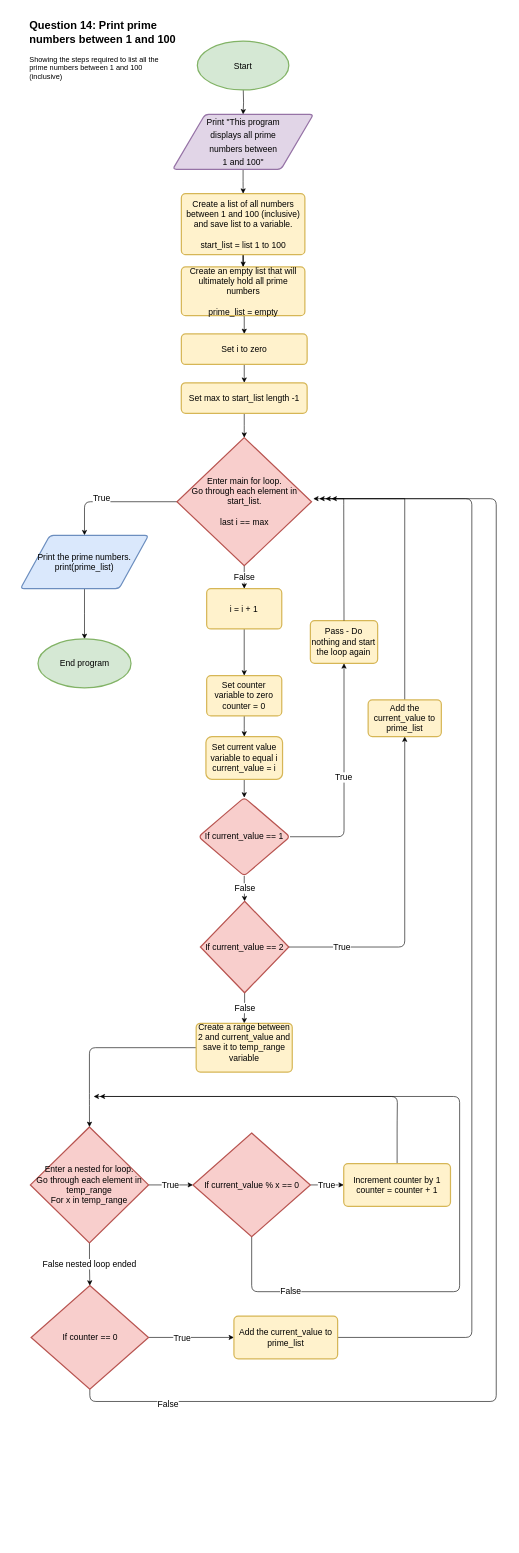
This is Q14(1)_Flowchart.drawio from Wade008/flowcharts, a draw.io file, before an edit. Source tidied: cells renumbered, new cells numbered last; positions are measured from the earlier drawing's top-left corner, leaving out a move shared by most shapes. Both pictures are drawn from the tidied source at 61%, with x=0, y=0 at pixel (20, 16).
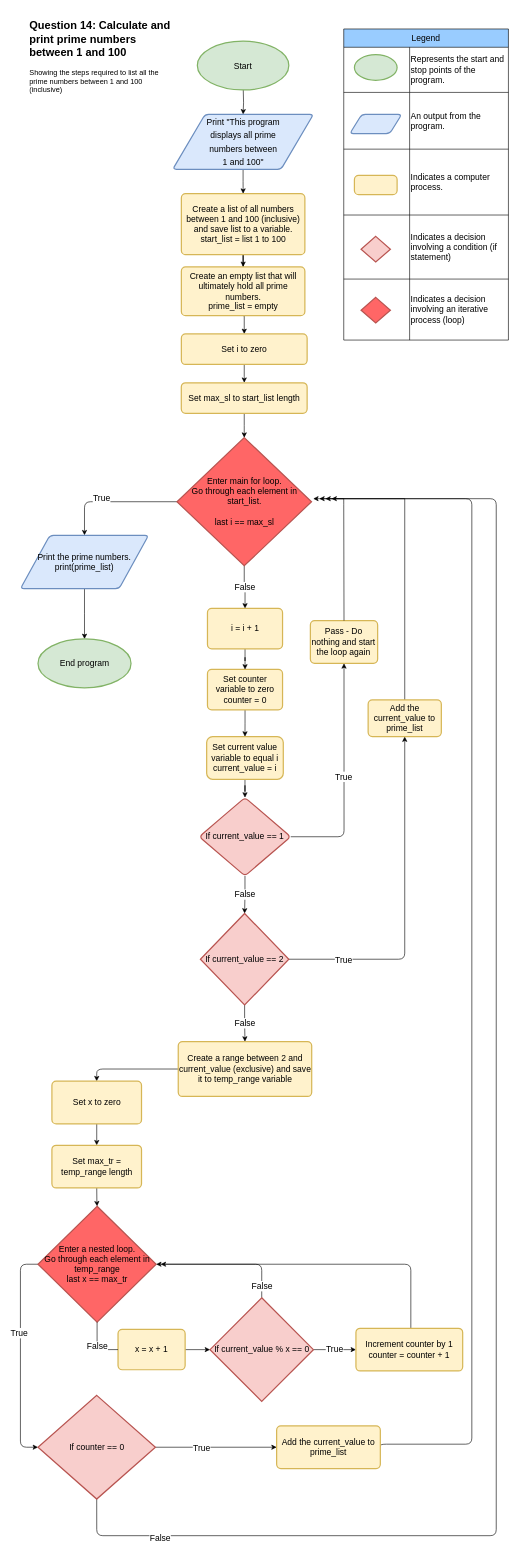
Above is the later version.

What changed in the source:
```diff
@@
-    <mxCell id="5" value="&lt;font style=&quot;font-size: 14px;&quot;&gt;Print &quot;This program &lt;br&gt;displays all prime &lt;br&gt;numbers between &lt;br&gt;1 and 100&quot;&lt;/font&gt;" style="shape=parallelogram;html=1;strokeWidth=2;perimeter=parallelogramPerimeter;rounded=1;arcSize=12;size=0.23;fontSize=18;fillColor=#e1d5e7;strokeColor=#9673a6;whiteSpace=wrap;" parent="1" vertex="1">
+    <mxCell id="5" value="&lt;font style=&quot;font-size: 14px;&quot;&gt;Print &quot;This program &lt;br&gt;displays all prime &lt;br&gt;numbers between &lt;br&gt;1 and 100&quot;&lt;/font&gt;" style="shape=parallelogram;html=1;strokeWidth=2;perimeter=parallelogramPerimeter;rounded=1;arcSize=12;size=0.23;fontSize=18;fillColor=#dae8fc;strokeColor=#6c8ebf;whiteSpace=wrap;" parent="1" vertex="1">
       <mxGeometry x="249.7" y="160" width="230.6" height="90" as="geometry" />
     </mxCell>
@@
-    <mxCell id="7" value="Create a list of all numbers between 1 and 100 (inclusive) and save list to a variable.&lt;br&gt;&lt;br&gt;start_list = list 1 to 100" style="rounded=1;whiteSpace=wrap;html=1;absoluteArcSize=1;arcSize=14;strokeWidth=2;fontSize=14;fillColor=#fff2cc;strokeColor=#d6b656;" parent="1" vertex="1">
+    <mxCell id="7" value="Create a list of all numbers between 1 and 100 (inclusive) and save list to a variable.&lt;br&gt;start_list = list 1 to 100" style="rounded=1;whiteSpace=wrap;html=1;absoluteArcSize=1;arcSize=14;strokeWidth=2;fontSize=14;fillColor=#fff2cc;strokeColor=#d6b656;" parent="1" vertex="1">
       <mxGeometry x="263.8" y="290" width="202.5" height="100" as="geometry" />
     </mxCell>
@@
-    <mxCell id="9" value="Create an empty list that will ultimately hold all prime numbers&lt;br&gt;&lt;br&gt;prime_list = empty" style="rounded=1;whiteSpace=wrap;html=1;absoluteArcSize=1;arcSize=14;strokeWidth=2;fontSize=14;fillColor=#fff2cc;strokeColor=#d6b656;" parent="1" vertex="1">
+    <mxCell id="9" value="Create an empty list that will ultimately hold all prime numbers.&lt;br&gt;prime_list = empty" style="rounded=1;whiteSpace=wrap;html=1;absoluteArcSize=1;arcSize=14;strokeWidth=2;fontSize=14;fillColor=#fff2cc;strokeColor=#d6b656;" parent="1" vertex="1">
       <mxGeometry x="263.8" y="410" width="202.5" height="80" as="geometry" />
     </mxCell>
@@
-    <mxCell id="12" value="Enter main for loop. &lt;br&gt;Go through each element in start_list.&lt;br&gt;&lt;br&gt;last i == max" style="strokeWidth=2;html=1;shape=mxgraph.flowchart.decision;whiteSpace=wrap;fontSize=14;fillColor=#f8cecc;strokeColor=#b85450;" parent="1" vertex="1">
+    <mxCell id="12" value="Enter main for loop. &lt;br&gt;Go through each element in start_list.&lt;br&gt;&lt;br&gt;last i == max_sl" style="strokeWidth=2;html=1;shape=mxgraph.flowchart.decision;whiteSpace=wrap;fontSize=14;fillColor=#FF6666;strokeColor=#b85450;" parent="1" vertex="1">
       <mxGeometry x="256.6" y="690" width="220.6" height="210" as="geometry" />
     </mxCell>
@@
     <mxCell id="14" value="Set counter variable to zero&lt;br&gt;counter = 0" style="rounded=1;whiteSpace=wrap;html=1;absoluteArcSize=1;arcSize=14;strokeWidth=2;fontSize=14;fillColor=#fff2cc;strokeColor=#d6b656;" parent="1" vertex="1">
-      <mxGeometry x="305.3" y="1080" width="123.1" height="66.1" as="geometry" />
+      <mxGeometry x="306.6" y="1070" width="123.1" height="66.1" as="geometry" />
     </mxCell>
@@
     <mxCell id="16" value="Set current value variable to equal i&lt;br&gt;current_value = i" style="rounded=1;whiteSpace=wrap;html=1;fontSize=14;fillColor=#fff2cc;strokeColor=#d6b656;arcSize=14;strokeWidth=2;" parent="1" vertex="1">
-      <mxGeometry x="304.1" y="1180" width="125.6" height="70" as="geometry" />
+      <mxGeometry x="305.3" y="1180" width="125.6" height="70" as="geometry" />
     </mxCell>
@@
     <mxCell id="19" value="If current_value == 1" style="rhombus;whiteSpace=wrap;html=1;fontSize=14;fillColor=#f8cecc;strokeColor=#b85450;rounded=1;arcSize=14;strokeWidth=2;" parent="1" vertex="1">
-      <mxGeometry x="291.9" y="1280" width="150" height="128.4" as="geometry" />
+      <mxGeometry x="293.1" y="1280" width="150" height="128.4" as="geometry" />
     </mxCell>
@@
     <mxCell id="27" value="If current_value == 2" style="strokeWidth=2;html=1;shape=mxgraph.flowchart.decision;whiteSpace=wrap;fontSize=14;fillColor=#f8cecc;strokeColor=#b85450;" parent="1" vertex="1">
-      <mxGeometry x="295" y="1450" width="145" height="150" as="geometry" />
+      <mxGeometry x="295" y="1470" width="145" height="150" as="geometry" />
     </mxCell>
@@
-    <mxCell id="31" value="True" style="edgeStyle=orthogonalEdgeStyle;rounded=0;jettySize=auto;html=1;fontSize=14;" parent="1" edge="1" source="33" target="38">
-      <mxGeometry relative="1" as="geometry" />
-    </mxCell>
-    <mxCell id="32" value="False nested loop ended" style="edgeStyle=orthogonalEdgeStyle;rounded=0;jettySize=auto;html=1;exitX=0.5;exitY=1;exitDx=0;exitDy=0;exitPerimeter=0;entryX=0.5;entryY=0;entryDx=0;entryDy=0;entryPerimeter=0;fontSize=14;" parent="1" edge="1" source="33" target="45">
-      <mxGeometry relative="1" as="geometry" />
+    <mxCell id="32" style="edgeStyle=orthogonalEdgeStyle;rounded=1;jumpStyle=arc;jettySize=auto;html=1;fontSize=14;entryX=0;entryY=0.5;entryDx=0;entryDy=0;entryPerimeter=0;" parent="1" edge="1" source="33" target="45">
+      <mxGeometry relative="1" as="geometry">
+        <Array as="points">
+          <mxPoint y="2045" />
+          <mxPoint y="2345" />
+        </Array>
+      </mxGeometry>
     </mxCell>
+    <mxCell id="55" value="True" style="edgeLabel;html=1;align=center;verticalAlign=middle;fontSize=14;" parent="32" vertex="1">
+      <mxGeometry x="-0.21" y="-3" relative="1" as="geometry" />
+    </mxCell>
-    <mxCell id="33" value="Enter a nested for loop.&lt;br&gt;Go through each element in temp_range&lt;br&gt;For x in temp_range" style="strokeWidth=2;html=1;shape=mxgraph.flowchart.decision;whiteSpace=wrap;fontSize=14;fillColor=#f8cecc;strokeColor=#b85450;" parent="1" vertex="1">
-      <mxGeometry x="16.3" y="1820" width="193.7" height="190" as="geometry" />
+    <mxCell id="33" value="Enter a nested loop.&lt;br&gt;Go through each element in temp_range&lt;br&gt;last x == max_tr" style="strokeWidth=2;html=1;shape=mxgraph.flowchart.decision;whiteSpace=wrap;fontSize=14;fillColor=#FF6666;strokeColor=#b85450;" parent="1" vertex="1">
+      <mxGeometry x="28.8" y="1950" width="193.7" height="190" as="geometry" />
     </mxCell>
-    <mxCell id="34" style="edgeStyle=orthogonalEdgeStyle;rounded=1;jettySize=auto;html=1;fontSize=14;" parent="1" edge="1" source="35" target="33">
+    <mxCell id="34" style="edgeStyle=orthogonalEdgeStyle;rounded=1;jettySize=auto;html=1;fontSize=14;entryX=0.5;entryY=0;entryDx=0;entryDy=0;" parent="1" edge="1" source="35" target="59">
       <mxGeometry relative="1" as="geometry" />
     </mxCell>
-    <mxCell id="35" value="Create a range between 2 and current_value and save it to temp_range variable&lt;br&gt;&lt;br&gt;" style="rounded=1;whiteSpace=wrap;html=1;absoluteArcSize=1;arcSize=14;strokeWidth=2;fontSize=14;fillColor=#fff2cc;strokeColor=#d6b656;" parent="1" vertex="1">
-      <mxGeometry x="288.1" y="1650" width="157.5" height="80" as="geometry" />
+    <mxCell id="35" value="Create a range between 2 and current_value (exclusive) and save it to temp_range variable&lt;br&gt;" style="rounded=1;whiteSpace=wrap;html=1;absoluteArcSize=1;arcSize=14;strokeWidth=2;fontSize=14;fillColor=#fff2cc;strokeColor=#d6b656;" parent="1" vertex="1">
+      <mxGeometry x="258.7" y="1680" width="218.8" height="90" as="geometry" />
     </mxCell>
+    <mxCell id="56" value="False" style="edgeStyle=orthogonalEdgeStyle;rounded=1;jumpStyle=arc;jettySize=auto;html=1;exitX=0.5;exitY=0;exitDx=0;exitDy=0;exitPerimeter=0;fontSize=14;entryX=1;entryY=0.5;entryDx=0;entryDy=0;entryPerimeter=0;" parent="1" edge="1" source="38" target="33">
+      <mxGeometry x="-0.83" relative="1" as="geometry" />
+    </mxCell>
-    <mxCell id="36" value="True" style="edgeStyle=orthogonalEdgeStyle;rounded=0;jettySize=auto;html=1;fontSize=14;" parent="1" edge="1" source="38" target="40">
+    <mxCell id="36" value="True" style="edgeStyle=orthogonalEdgeStyle;rounded=1;jumpStyle=arc;jettySize=auto;html=1;fontSize=14;" parent="1" edge="1" source="38" target="40">
       <mxGeometry relative="1" as="geometry" />
     </mxCell>
-    <mxCell id="37" value="False" style="edgeStyle=orthogonalEdgeStyle;rounded=1;jettySize=auto;html=1;fontSize=14;jumpStyle=arc;" parent="1" edge="1" source="38">
-      <mxGeometry x="-0.77" relative="1" as="geometry">
-        <mxPoint x="130" y="1770" as="targetPoint" />
-        <Array as="points">
-          <mxPoint x="379" y="2090" />
-          <mxPoint x="720" y="2090" />
-          <mxPoint x="720" y="1770" />
-        </Array>
-      </mxGeometry>
-    </mxCell>
     <mxCell id="38" value="If current_value % x == 0" style="strokeWidth=2;html=1;shape=mxgraph.flowchart.decision;whiteSpace=wrap;fontSize=14;fillColor=#f8cecc;strokeColor=#b85450;" parent="1" vertex="1">
-      <mxGeometry x="282.8" y="1830" width="192.5" height="170" as="geometry" />
+      <mxGeometry x="310.8" y="2100" width="169.5" height="170" as="geometry" />
     </mxCell>
-    <mxCell id="39" style="edgeStyle=orthogonalEdgeStyle;rounded=1;jettySize=auto;html=1;exitX=0.5;exitY=0;exitDx=0;exitDy=0;fontSize=14;" parent="1" edge="1" source="40">
-      <mxGeometry relative="1" as="geometry">
-        <mxPoint x="120" y="1770" as="targetPoint" />
-        <Array as="points">
-          <mxPoint x="618" y="1820" />
-          <mxPoint x="618" y="1820" />
-        </Array>
-      </mxGeometry>
-    </mxCell>
+    <mxCell id="57" style="edgeStyle=orthogonalEdgeStyle;rounded=1;jumpStyle=arc;jettySize=auto;html=1;fontSize=14;" parent="1" edge="1" source="40">
+      <mxGeometry relative="1" as="geometry">
+        <mxPoint x="230" y="2045" as="targetPoint" />
+        <Array as="points">
+          <mxPoint x="640" y="2045" />
+        </Array>
+      </mxGeometry>
+    </mxCell>
     <mxCell id="40" value="Increment counter by 1&lt;br&gt;counter = counter + 1" style="rounded=1;whiteSpace=wrap;html=1;absoluteArcSize=1;arcSize=14;strokeWidth=2;fontSize=14;fillColor=#fff2cc;strokeColor=#d6b656;" parent="1" vertex="1">
-      <mxGeometry x="530" y="1880" width="175" height="70" as="geometry" />
+      <mxGeometry x="550" y="2150" width="175" height="70" as="geometry" />
     </mxCell>
@@
     <mxCell id="43" style="edgeStyle=orthogonalEdgeStyle;rounded=1;jumpStyle=arc;jettySize=auto;html=1;exitX=0.5;exitY=1;exitDx=0;exitDy=0;exitPerimeter=0;fontSize=14;" parent="1" edge="1" source="45">
       <mxGeometry relative="1" as="geometry">
         <mxPoint x="480" y="790" as="targetPoint" />
         <Array as="points">
-          <mxPoint x="114" y="2270" />
-          <mxPoint x="780" y="2270" />
+          <mxPoint x="125" y="2490" />
+          <mxPoint x="780" y="2490" />
           <mxPoint x="780" y="790" />
         </Array>
       </mxGeometry>
     </mxCell>
@@
     <mxCell id="45" value="If counter == 0" style="strokeWidth=2;html=1;shape=mxgraph.flowchart.decision;whiteSpace=wrap;fontSize=14;fillColor=#f8cecc;strokeColor=#b85450;" parent="1" vertex="1">
-      <mxGeometry x="17.5" y="2080" width="192.5" height="170" as="geometry" />
+      <mxGeometry x="28.8" y="2260" width="192.5" height="170" as="geometry" />
     </mxCell>
     <mxCell id="46" style="edgeStyle=orthogonalEdgeStyle;rounded=1;jumpStyle=arc;jettySize=auto;html=1;exitX=1;exitY=0.5;exitDx=0;exitDy=0;fontSize=14;" parent="1" edge="1" source="47">
       <mxGeometry relative="1" as="geometry">
         <mxPoint x="490" y="790" as="targetPoint" />
         <Array as="points">
-          <mxPoint x="740" y="2165" />
+          <mxPoint x="590" y="2340" />
+          <mxPoint x="740" y="2340" />
           <mxPoint x="740" y="790" />
         </Array>
       </mxGeometry>
     </mxCell>
     <mxCell id="47" value="Add the current_value to prime_list" style="rounded=1;whiteSpace=wrap;html=1;absoluteArcSize=1;arcSize=14;strokeWidth=2;fontSize=14;fillColor=#fff2cc;strokeColor=#d6b656;" parent="1" vertex="1">
-      <mxGeometry x="350" y="2130" width="170" height="70" as="geometry" />
+      <mxGeometry x="420" y="2310" width="170" height="70" as="geometry" />
     </mxCell>
-    <mxCell id="48" value="&lt;h2 style=&quot;&quot;&gt;&lt;b&gt;Question 14: Print prime numbers between 1 and 100&lt;/b&gt;&lt;/h2&gt;&lt;p&gt;&lt;span style=&quot;font-size: 12px; font-weight: 400;&quot;&gt;Showing the steps required to list all&amp;nbsp;&lt;/span&gt;&lt;span style=&quot;font-size: 12px; font-weight: 400;&quot;&gt;the prime numbers between&amp;nbsp;&lt;/span&gt;&lt;span style=&quot;font-size: 12px; font-weight: 400;&quot;&gt;1 and 100 (inclusive)&lt;/span&gt;&lt;/p&gt;" style="text;html=1;strokeColor=none;fillColor=none;spacing=5;spacingTop=-20;whiteSpace=wrap;overflow=hidden;rounded=0;" parent="1" vertex="1">
+    <mxCell id="48" value="&lt;h2 style=&quot;&quot;&gt;Question 14: Calculate&amp;nbsp;and print prime numbers between 1 and 100&lt;/h2&gt;&lt;p&gt;&lt;span style=&quot;font-size: 12px; font-weight: 400;&quot;&gt;Showing the steps required to list all&amp;nbsp;&lt;/span&gt;&lt;span style=&quot;font-size: 12px; font-weight: 400;&quot;&gt;the prime numbers between&amp;nbsp;&lt;/span&gt;&lt;span style=&quot;font-size: 12px; font-weight: 400;&quot;&gt;1 and 100 (inclusive)&lt;/span&gt;&lt;/p&gt;" style="text;html=1;strokeColor=none;fillColor=none;spacing=5;spacingTop=-20;whiteSpace=wrap;overflow=hidden;rounded=0;" parent="1" vertex="1">
       <mxGeometry x="10" width="250" height="140" as="geometry" />
     </mxCell>
@@
-    <mxCell id="52" value="Set max to start_list length -1" style="rounded=1;whiteSpace=wrap;html=1;absoluteArcSize=1;arcSize=14;strokeWidth=2;fontSize=14;fillColor=#fff2cc;strokeColor=#d6b656;" parent="1" vertex="1">
+    <mxCell id="52" value="Set max_sl to start_list length" style="rounded=1;whiteSpace=wrap;html=1;absoluteArcSize=1;arcSize=14;strokeWidth=2;fontSize=14;fillColor=#fff2cc;strokeColor=#d6b656;" parent="1" vertex="1">
       <mxGeometry x="263.7" y="600" width="206.3" height="50" as="geometry" />
     </mxCell>
@@
     <mxCell id="54" value="i = i + 1" style="rounded=1;whiteSpace=wrap;html=1;absoluteArcSize=1;arcSize=14;strokeWidth=2;fontSize=14;fillColor=#fff2cc;strokeColor=#d6b656;" parent="1" vertex="1">
-      <mxGeometry x="305.3" y="937.5" width="123.1" height="66.1" as="geometry" />
+      <mxGeometry x="306.6" y="970" width="123.1" height="66.1" as="geometry" />
     </mxCell>
+    <mxCell id="58" style="edgeStyle=orthogonalEdgeStyle;rounded=1;jumpStyle=arc;jettySize=auto;html=1;entryX=0.5;entryY=0;entryDx=0;entryDy=0;fontSize=14;" parent="1" edge="1" source="59" target="61">
+      <mxGeometry relative="1" as="geometry" />
+    </mxCell>
+    <mxCell id="59" value="Set x to zero" style="rounded=1;whiteSpace=wrap;html=1;absoluteArcSize=1;arcSize=14;strokeWidth=2;labelBorderColor=none;fontSize=14;fillColor=#fff2cc;strokeColor=#d6b656;" parent="1" vertex="1">
+      <mxGeometry x="51.6" y="1745" width="146.9" height="70" as="geometry" />
+    </mxCell>
+    <mxCell id="60" style="edgeStyle=orthogonalEdgeStyle;rounded=1;jumpStyle=arc;jettySize=auto;html=1;fontSize=14;" parent="1" edge="1" source="61" target="33">
+      <mxGeometry relative="1" as="geometry" />
+    </mxCell>
+    <mxCell id="61" value="Set max_tr = temp_range length" style="rounded=1;whiteSpace=wrap;html=1;absoluteArcSize=1;arcSize=14;strokeWidth=2;labelBorderColor=none;fontSize=14;fillColor=#fff2cc;strokeColor=#d6b656;" parent="1" vertex="1">
+      <mxGeometry x="51.6" y="1850" width="146.9" height="70" as="geometry" />
+    </mxCell>
+    <mxCell id="62" style="edgeStyle=orthogonalEdgeStyle;rounded=1;jumpStyle=arc;jettySize=auto;html=1;fontSize=14;" parent="1" edge="1" source="63" target="38">
+      <mxGeometry relative="1" as="geometry" />
+    </mxCell>
+    <mxCell id="63" value="x = x + 1" style="rounded=1;whiteSpace=wrap;html=1;absoluteArcSize=1;arcSize=14;strokeWidth=2;fontSize=14;fillColor=#fff2cc;strokeColor=#d6b656;" parent="1" vertex="1">
+      <mxGeometry x="160" y="2151.9" width="110" height="66.1" as="geometry" />
+    </mxCell>
+    <mxCell id="64" value="False" style="edgeStyle=orthogonalEdgeStyle;rounded=1;jumpStyle=arc;jettySize=auto;html=1;exitX=0.5;exitY=1;exitDx=0;exitDy=0;exitPerimeter=0;fontSize=14;entryX=0;entryY=0.5;entryDx=0;entryDy=0;entryPerimeter=0;endArrow=none;" parent="1" edge="1" source="33" target="63">
+      <mxGeometry relative="1" as="geometry" />
+    </mxCell>
+    <mxCell id="65" style="group;" parent="1" vertex="1">
+      <mxGeometry x="530" y="20" width="270" height="500" as="geometry" />
+    </mxCell>
+    <mxCell id="66" style="group;" parent="65" vertex="1">
+      <mxGeometry width="270" height="500" as="geometry" />
+    </mxCell>
+    <mxCell id="67" value="Legend" style="shape=table;startSize=30;childLayout=tableLayout;labelBorderColor=none;fontSize=14;fillColor=#99CCFF;" parent="66" vertex="1">
+      <mxGeometry width="270" height="510" as="geometry" />
+    </mxCell>
+    <mxCell id="68" style="shape=tableRow;horizontal=0;startSize=0;swimlaneHead=0;swimlaneBody=0;top=0;left=0;bottom=0;right=0;fillColor=none;labelBorderColor=none;fontSize=14;" parent="67" vertex="1">
+      <mxGeometry y="30" width="270" height="74" as="geometry" />
+    </mxCell>
+    <mxCell id="69" style="shape=partialRectangle;html=1;whiteSpace=wrap;overflow=hidden;fillColor=none;top=0;left=0;bottom=0;right=0;labelBorderColor=none;fontSize=14;" parent="68" vertex="1">
+      <mxGeometry width="108" height="74" as="geometry" />
+    </mxCell>
+    <mxCell id="70" value="Represents the start and stop points of the program." style="shape=partialRectangle;html=1;whiteSpace=wrap;overflow=hidden;fillColor=none;top=0;left=0;bottom=0;right=0;labelBorderColor=none;fontSize=14;align=left;" parent="68" vertex="1">
+      <mxGeometry x="108" width="162" height="74" as="geometry" />
+    </mxCell>
+    <mxCell id="71" style="shape=tableRow;horizontal=0;startSize=0;swimlaneHead=0;swimlaneBody=0;top=0;left=0;bottom=0;right=0;fillColor=none;labelBorderColor=none;fontSize=14;" parent="67" vertex="1">
+      <mxGeometry y="104" width="270" height="93" as="geometry" />
+    </mxCell>
+    <mxCell id="72" style="shape=partialRectangle;html=1;whiteSpace=wrap;overflow=hidden;fillColor=none;top=0;left=0;bottom=0;right=0;labelBorderColor=none;fontSize=14;" parent="71" vertex="1">
+      <mxGeometry width="108" height="93" as="geometry" />
+    </mxCell>
+    <mxCell id="73" value="An output from the program." style="shape=partialRectangle;html=1;whiteSpace=wrap;overflow=hidden;fillColor=none;top=0;left=0;bottom=0;right=0;labelBorderColor=none;fontSize=14;align=left;" parent="71" vertex="1">
+      <mxGeometry x="108" width="162" height="93" as="geometry" />
+    </mxCell>
+    <mxCell id="74" style="shape=tableRow;horizontal=0;startSize=0;swimlaneHead=0;swimlaneBody=0;top=0;left=0;bottom=0;right=0;fillColor=none;labelBorderColor=none;fontSize=14;" parent="67" vertex="1">
+      <mxGeometry y="197" width="270" height="108" as="geometry" />
+    </mxCell>
+    <mxCell id="75" style="shape=partialRectangle;html=1;whiteSpace=wrap;overflow=hidden;fillColor=none;top=0;left=0;bottom=0;right=0;labelBorderColor=none;fontSize=14;" parent="74" vertex="1">
+      <mxGeometry width="108" height="108" as="geometry" />
+    </mxCell>
+    <mxCell id="76" value="Indicates a computer&amp;nbsp; process." style="shape=partialRectangle;html=1;whiteSpace=wrap;overflow=hidden;fillColor=none;top=0;left=0;bottom=0;right=0;labelBorderColor=none;fontSize=14;align=left;" parent="74" vertex="1">
+      <mxGeometry x="108" width="162" height="108" as="geometry" />
+    </mxCell>
+    <mxCell id="77" style="shape=tableRow;horizontal=0;startSize=0;swimlaneHead=0;swimlaneBody=0;top=0;left=0;bottom=0;right=0;fillColor=none;labelBorderColor=none;fontSize=14;" parent="67" vertex="1">
+      <mxGeometry y="305" width="270" height="105" as="geometry" />
+    </mxCell>
+    <mxCell id="78" style="shape=partialRectangle;html=1;whiteSpace=wrap;overflow=hidden;fillColor=none;top=0;left=0;bottom=0;right=0;labelBorderColor=none;fontSize=14;" parent="77" vertex="1">
+      <mxGeometry width="108" height="105" as="geometry" />
+    </mxCell>
+    <mxCell id="79" value="Indicates a decision involving a condition (if statement)" style="shape=partialRectangle;html=1;whiteSpace=wrap;overflow=hidden;fillColor=none;top=0;left=0;bottom=0;right=0;labelBorderColor=none;fontSize=14;align=left;" parent="77" vertex="1">
+      <mxGeometry x="108" width="162" height="105" as="geometry" />
+    </mxCell>
+    <mxCell id="80" style="shape=tableRow;horizontal=0;startSize=0;swimlaneHead=0;swimlaneBody=0;top=0;left=0;bottom=0;right=0;fillColor=none;labelBorderColor=none;fontSize=14;" parent="67" vertex="1">
+      <mxGeometry y="410" width="270" height="100" as="geometry" />
+    </mxCell>
+    <mxCell id="81" style="shape=partialRectangle;html=1;whiteSpace=wrap;overflow=hidden;fillColor=none;top=0;left=0;bottom=0;right=0;labelBorderColor=none;fontSize=14;" parent="80" vertex="1">
+      <mxGeometry width="108" height="100" as="geometry" />
+    </mxCell>
+    <mxCell id="82" value="Indicates a decision involving an iterative process (loop)" style="shape=partialRectangle;html=1;whiteSpace=wrap;overflow=hidden;fillColor=none;top=0;left=0;bottom=0;right=0;labelBorderColor=none;fontSize=14;align=left;" parent="80" vertex="1">
+      <mxGeometry x="108" width="162" height="100" as="geometry" />
+    </mxCell>
+    <mxCell id="83" style="strokeWidth=2;html=1;shape=mxgraph.flowchart.start_1;whiteSpace=wrap;labelBorderColor=none;fontSize=14;fillColor=#d5e8d4;strokeColor=#82b366;" parent="66" vertex="1">
+      <mxGeometry x="17.5" y="42.1" width="70" height="42.1" as="geometry" />
+    </mxCell>
+    <mxCell id="84" style="shape=parallelogram;html=1;strokeWidth=2;perimeter=parallelogramPerimeter;whiteSpace=wrap;rounded=1;arcSize=12;size=0.23;labelBorderColor=none;fontSize=14;fillColor=#dae8fc;strokeColor=#6c8ebf;" parent="66" vertex="1">
+      <mxGeometry x="10" y="140" width="85" height="31.6" as="geometry" />
+    </mxCell>
+    <mxCell id="85" style="rounded=1;whiteSpace=wrap;html=1;absoluteArcSize=1;arcSize=14;strokeWidth=2;labelBorderColor=none;fontSize=14;fillColor=#fff2cc;strokeColor=#d6b656;" parent="66" vertex="1">
+      <mxGeometry x="17.5" y="240" width="70" height="31.6" as="geometry" />
+    </mxCell>
+    <mxCell id="86" style="strokeWidth=2;html=1;shape=mxgraph.flowchart.decision;whiteSpace=wrap;labelBorderColor=none;fontSize=14;fillColor=#f8cecc;strokeColor=#b85450;" parent="66" vertex="1">
+      <mxGeometry x="28.4" y="340" width="48.1" height="42.1" as="geometry" />
+    </mxCell>
+    <mxCell id="87" style="strokeWidth=2;html=1;shape=mxgraph.flowchart.decision;whiteSpace=wrap;labelBorderColor=none;fontSize=14;fillColor=#FF6666;strokeColor=#b85450;" parent="66" vertex="1">
+      <mxGeometry x="28.4" y="440" width="48.1" height="42.1" as="geometry" />
+    </mxCell>
```
